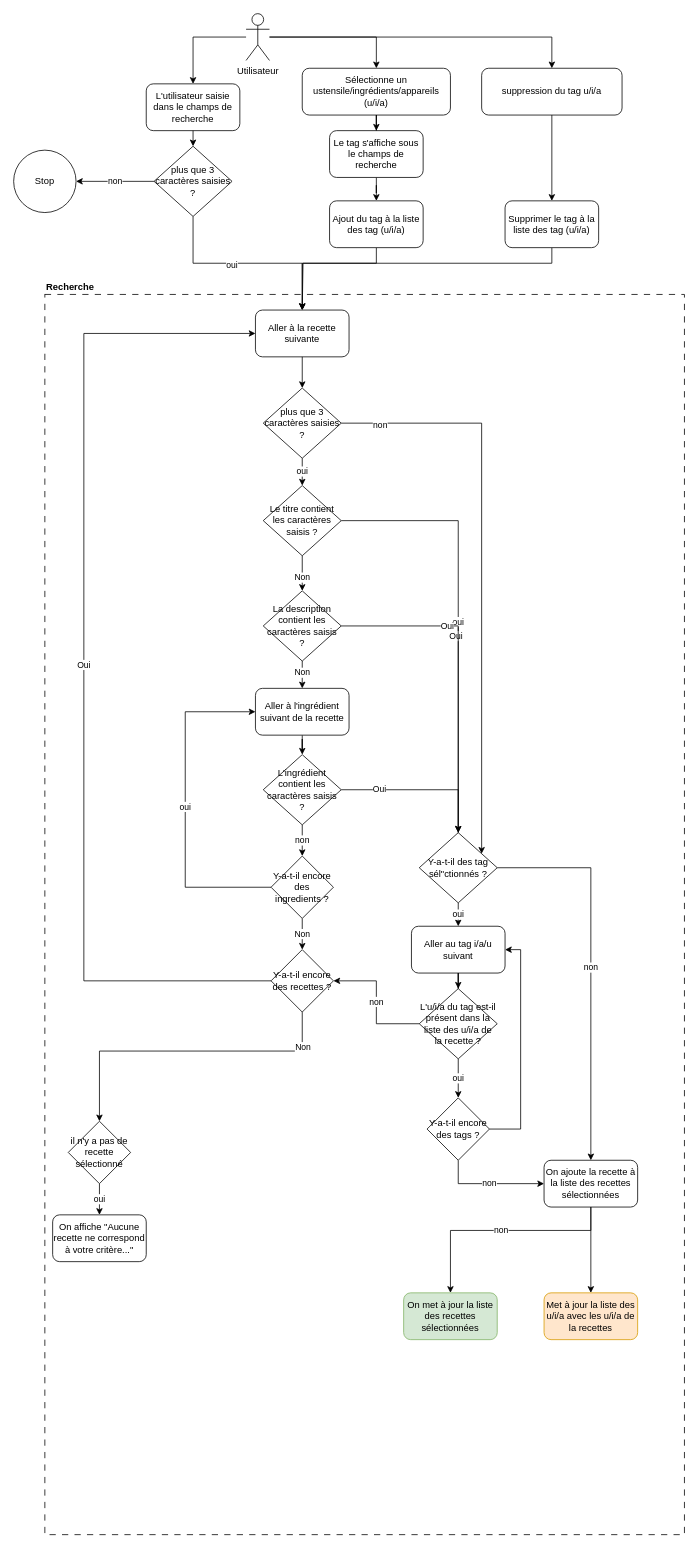
tetyanachouteau/front-end-search-engine-kitchen keeps this draw.io diagram as page "Correction" (2 of 2) of doc/Recherche.drawio. Above is the earlier version. Source tidied: cells renumbered, new cells numbered last; positions are measured from the earlier drawing's top-left corner, leaving out a move shared by most shapes. Both pictures are drawn from the tidied source at 78%, with x=0, y=0 at pixel (13, 13).
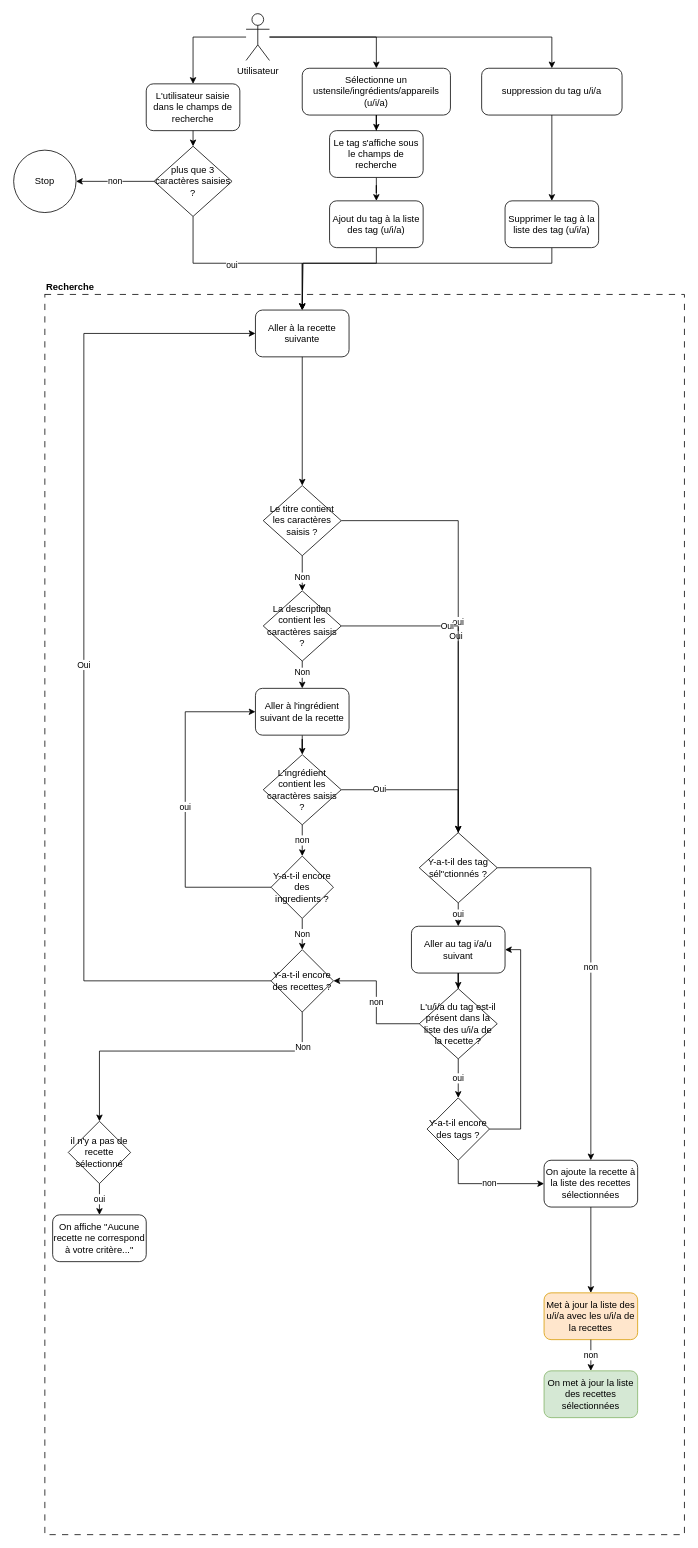
The same diagram, later.

Commit message:
Mettre à jour Recherche.drawio

The change refers to these unchanged cells:
```xml
<mxCell id="10" value="Le titre contient les caractères saisis ?" style="rhombus;whiteSpace=wrap;html=1;" parent="1" vertex="1">
  <mxGeometry x="320" y="605" width="100" height="90" as="geometry" />
</mxCell>
<mxCell id="12" value="Aller à la recette suivante" style="rounded=1;whiteSpace=wrap;html=1;" parent="1" vertex="1">
  <mxGeometry x="310" y="380" width="120" height="60" as="geometry" />
</mxCell>
<mxCell id="14" value="On ajoute la recette à la liste des recettes sélectionnées" style="rounded=1;whiteSpace=wrap;html=1;" parent="1" vertex="1">
  <mxGeometry x="680" y="1470" width="120" height="60" as="geometry" />
</mxCell>
<mxCell id="54" value="Y-a-t-il des tag sél&quot;ctionnés ?" style="rhombus;whiteSpace=wrap;html=1;" parent="1" vertex="1">
  <mxGeometry x="520" y="1050" width="100" height="90" as="geometry" />
</mxCell>
```

Diff of the diagram source:
```diff
@@
-    <mxCell id="11" value="oui" style="edgeStyle=orthogonalEdgeStyle;rounded=0;jettySize=auto;html=1;" parent="1" edge="1" source="61" target="10">
-      <mxGeometry relative="1" as="geometry" />
-    </mxCell>
@@
     <mxCell id="37" value="On met à jour la liste des recettes sélectionnées" style="rounded=1;whiteSpace=wrap;html=1;fillColor=#d5e8d4;strokeColor=#82b366;" parent="1" vertex="1">
-      <mxGeometry x="500" y="1640" width="120" height="60" as="geometry" />
+      <mxGeometry x="680" y="1740" width="120" height="60" as="geometry" />
     </mxCell>
@@
-    <mxCell id="46" value="non" style="edgeStyle=orthogonalEdgeStyle;rounded=0;jettySize=auto;html=1;exitX=0.5;exitY=1;exitDx=0;exitDy=0;entryX=0.5;entryY=0;entryDx=0;entryDy=0;" parent="1" edge="1" source="14" target="37">
+    <mxCell id="46" value="non" style="edgeStyle=orthogonalEdgeStyle;rounded=0;jettySize=auto;html=1;entryX=0.5;entryY=0;entryDx=0;entryDy=0;" parent="1" edge="1" target="37">
       <mxGeometry relative="1" as="geometry">
+        <mxPoint x="740" y="1700" as="sourcePoint" />
         <Array as="points">
-          <mxPoint x="740" y="1560" />
-          <mxPoint x="560" y="1560" />
+          <mxPoint x="740" y="1720" />
+          <mxPoint x="740" y="1720" />
         </Array>
       </mxGeometry>
     </mxCell>
@@
-    <mxCell id="58" style="edgeStyle=orthogonalEdgeStyle;rounded=0;jettySize=auto;html=1;" parent="1" edge="1" source="12" target="61">
+    <mxCell id="58" style="edgeStyle=orthogonalEdgeStyle;rounded=0;jettySize=auto;html=1;entryX=0.5;entryY=0;entryDx=0;entryDy=0;" parent="1" edge="1" source="12" target="10">
       <mxGeometry relative="1" as="geometry" />
     </mxCell>
-    <mxCell id="59" style="edgeStyle=orthogonalEdgeStyle;rounded=0;jettySize=auto;html=1;" parent="1" edge="1" source="61" target="54">
-      <mxGeometry relative="1" as="geometry">
-        <Array as="points">
-          <mxPoint x="600" y="525" />
-        </Array>
-      </mxGeometry>
-    </mxCell>
-    <mxCell id="60" value="non" style="edgeLabel;html=1;align=center;verticalAlign=middle;" parent="59" vertex="1">
-      <mxGeometry x="-0.87" y="-2" relative="1" as="geometry">
-        <mxPoint x="1" as="offset" />
-      </mxGeometry>
-    </mxCell>
-    <mxCell id="61" value="plus que 3 caractères saisies ?" style="rhombus;whiteSpace=wrap;html=1;" parent="1" vertex="1">
-      <mxGeometry x="320" y="480" width="100" height="90" as="geometry" />
-    </mxCell>
```
